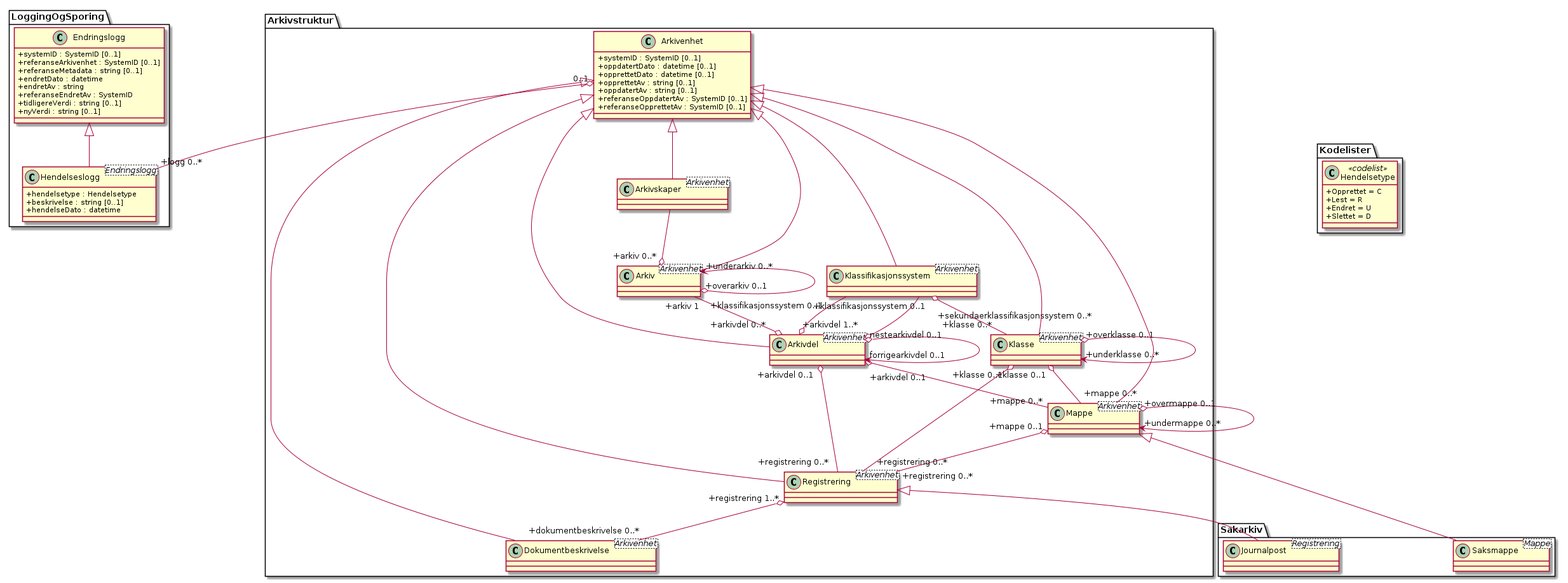
The PlantUML diagram kapitler/media/uml-arkivstruktur-arkivenhet-som-basis-klasse.png in arkivverket/noark5-tjenestegrensesnitt-standard, before a commit. Its source is kept beside it as kapitler/media/uml-arkivstruktur-arkivenhet-som-basis-klasse.puml.
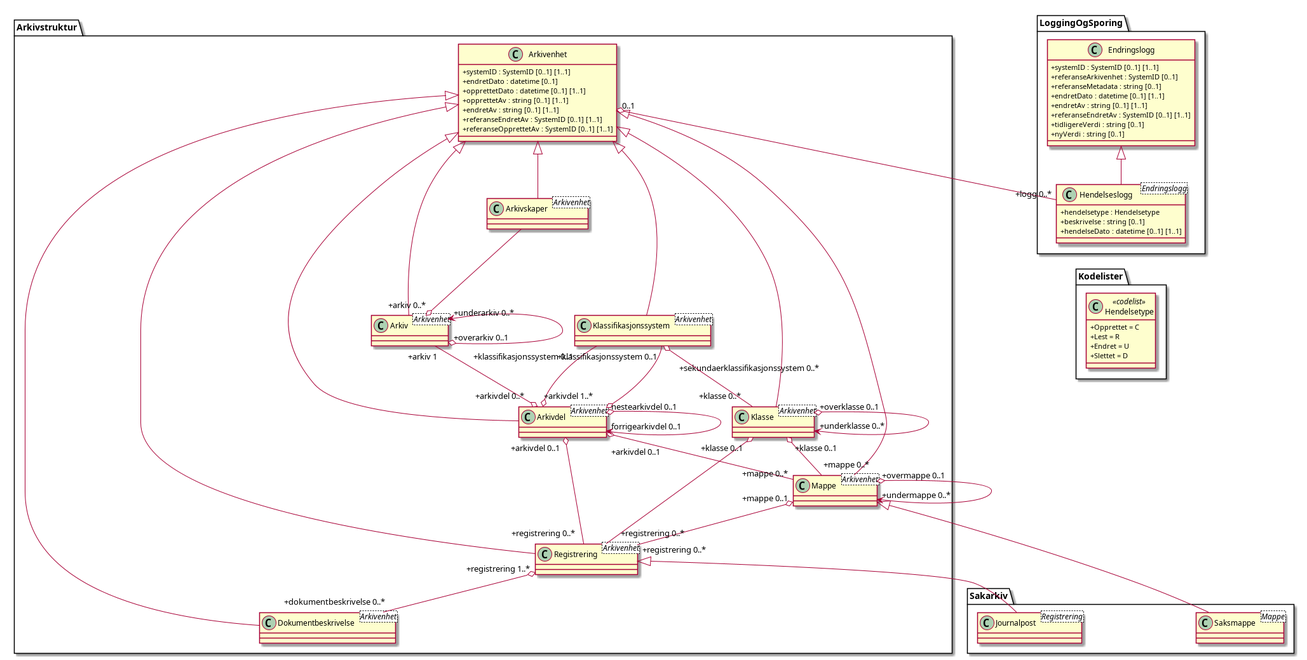
After the commit.

Commit message:
Justerte utlegg av UML-diagram for arkivenheter for bedre utnyttelse av PDF-side.

What changed in the source:
```diff
@@ -47,5 +47,5 @@
 
 Arkivstruktur.Arkivenhet "0..1" o-- "+logg 0..*" LoggingOgSporing.Hendelseslogg
 LoggingOgSporing.Endringslogg <|-- LoggingOgSporing.Hendelseslogg
-LoggingOgSporing.Hendelseslogg -[hidden]> Kodelister.Hendelsetype
+LoggingOgSporing.Hendelseslogg -[hidden]-> Kodelister.Hendelsetype
 @enduml
```
